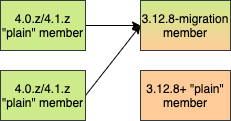
The draw.io diagram src/docs/asciidoc/images/migration-scenario2.png in hazelcast/hazelcast-reference-manual, before a commit. Source tidied: cells renumbered, new cells last; positions are measured from the earlier drawing's top-left corner, leaving out a move shared by most shapes. Source of this version:
```xml
<mxGraphModel>
  <root>
    <mxCell id="0" />
    <mxCell id="1" parent="0" />
    <mxCell id="2" style="edgeStyle=none;rounded=0;jettySize=auto;html=1;exitX=1;exitY=0.5;exitDx=0;exitDy=0;entryX=0;entryY=0.5;entryDx=0;entryDy=0;" parent="1" edge="1" source="3" target="6">
      <mxGeometry relative="1" as="geometry" />
    </mxCell>
    <mxCell id="3" value="4.0.z/4.1.z &quot;plain&quot; member" style="rounded=0;whiteSpace=wrap;html=1;fillColor=#cdeb8b;strokeColor=#36393d;gradientColor=none;" parent="1" vertex="1">
      <mxGeometry width="85" height="50" as="geometry" />
    </mxCell>
    <mxCell id="4" style="rounded=0;jettySize=auto;html=1;exitX=1;exitY=0.5;exitDx=0;exitDy=0;entryX=0;entryY=0.5;entryDx=0;entryDy=0;" parent="1" edge="1" source="5" target="6">
      <mxGeometry relative="1" as="geometry" />
    </mxCell>
    <mxCell id="5" value="4.0.z/4.1.z &quot;plain&quot; member" style="rounded=0;whiteSpace=wrap;html=1;fillColor=#cdeb8b;strokeColor=#36393d;gradientColor=none;" parent="1" vertex="1">
      <mxGeometry y="70" width="85" height="50" as="geometry" />
    </mxCell>
    <mxCell id="6" value="3.12.8-migration member" style="rounded=0;whiteSpace=wrap;html=1;fillColor=#cdeb8b;strokeColor=#36393d;gradientColor=#FFCC99;" parent="1" vertex="1">
      <mxGeometry x="140" width="90" height="50" as="geometry" />
    </mxCell>
    <mxCell id="7" value="3.12.8+ &quot;plain&quot; member" style="rounded=0;whiteSpace=wrap;html=1;fillColor=#ffcc99;strokeColor=#36393d;shadow=0;glass=0;gradientColor=none;comic=0;" parent="1" vertex="1">
      <mxGeometry x="140" y="70" width="90" height="50" as="geometry" />
    </mxCell>
  </root>
</mxGraphModel>
```
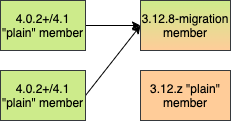
After the change.

Commit message:
Minor changes on restrictions of migration tool

Change to the diagram source:
```diff
@@ -5,19 +5,19 @@
     <mxCell id="2" style="edgeStyle=none;rounded=0;jettySize=auto;html=1;exitX=1;exitY=0.5;exitDx=0;exitDy=0;entryX=0;entryY=0.5;entryDx=0;entryDy=0;" parent="1" edge="1" source="3" target="6">
       <mxGeometry relative="1" as="geometry" />
     </mxCell>
-    <mxCell id="3" value="4.0.z/4.1.z &quot;plain&quot; member" style="rounded=0;whiteSpace=wrap;html=1;fillColor=#cdeb8b;strokeColor=#36393d;gradientColor=none;" parent="1" vertex="1">
+    <mxCell id="3" value="4.0.2+/4.1 &quot;plain&quot; member" style="rounded=0;whiteSpace=wrap;html=1;fillColor=#cdeb8b;strokeColor=#36393d;gradientColor=none;" parent="1" vertex="1">
       <mxGeometry width="85" height="50" as="geometry" />
     </mxCell>
     <mxCell id="4" style="rounded=0;jettySize=auto;html=1;exitX=1;exitY=0.5;exitDx=0;exitDy=0;entryX=0;entryY=0.5;entryDx=0;entryDy=0;" parent="1" edge="1" source="5" target="6">
       <mxGeometry relative="1" as="geometry" />
     </mxCell>
-    <mxCell id="5" value="4.0.z/4.1.z &quot;plain&quot; member" style="rounded=0;whiteSpace=wrap;html=1;fillColor=#cdeb8b;strokeColor=#36393d;gradientColor=none;" parent="1" vertex="1">
+    <mxCell id="5" value="4.0.2+/4.1 &quot;plain&quot; member" style="rounded=0;whiteSpace=wrap;html=1;fillColor=#cdeb8b;strokeColor=#36393d;gradientColor=none;" parent="1" vertex="1">
       <mxGeometry y="70" width="85" height="50" as="geometry" />
     </mxCell>
     <mxCell id="6" value="3.12.8-migration member" style="rounded=0;whiteSpace=wrap;html=1;fillColor=#cdeb8b;strokeColor=#36393d;gradientColor=#FFCC99;" parent="1" vertex="1">
       <mxGeometry x="140" width="90" height="50" as="geometry" />
     </mxCell>
-    <mxCell id="7" value="3.12.8+ &quot;plain&quot; member" style="rounded=0;whiteSpace=wrap;html=1;fillColor=#ffcc99;strokeColor=#36393d;shadow=0;glass=0;gradientColor=none;comic=0;" parent="1" vertex="1">
+    <mxCell id="7" value="3.12.z &quot;plain&quot; member" style="rounded=0;whiteSpace=wrap;html=1;fillColor=#ffcc99;strokeColor=#36393d;shadow=0;glass=0;gradientColor=none;comic=0;" parent="1" vertex="1">
       <mxGeometry x="140" y="70" width="90" height="50" as="geometry" />
     </mxCell>
   </root>
```
